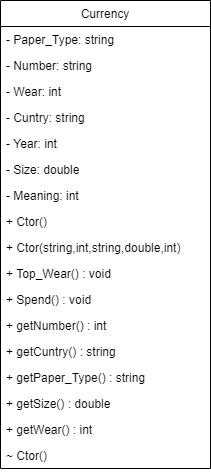
This is Untitled Diagram.drawio.png from InkaShev7777/UML, a draw.io export, as it was before one commit. Source tidied: cells renumbered, new cells last; positions are measured from the earlier drawing's top-left corner, leaving out a move shared by most shapes.
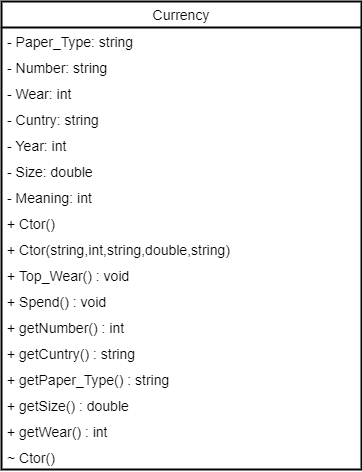
Above is the later version.

What changed in the source:
```diff
@@ -2,59 +2,59 @@
   <root>
     <mxCell id="0" />
     <mxCell id="1" parent="0" />
-    <mxCell id="2" value="Currency" style="swimlane;fontStyle=0;horizontal=1;startSize=26;fillColor=none;" parent="1" vertex="1">
-      <mxGeometry width="210" height="468" as="geometry" />
+    <mxCell id="2" value="Currency" style="swimlane;fontStyle=0;horizontal=1;startSize=26;fillColor=none;strokeWidth=2;perimeterSpacing=0;fontSize=14;" parent="1" vertex="1">
+      <mxGeometry width="360" height="468" as="geometry" />
     </mxCell>
-    <mxCell id="3" value="- Paper_Type: string" style="text;strokeColor=none;fillColor=none;align=left;verticalAlign=top;spacingLeft=4;spacingRight=4;overflow=hidden;" parent="2" vertex="1">
-      <mxGeometry y="26" width="210" height="26" as="geometry" />
+    <mxCell id="3" value="- Paper_Type: string" style="text;strokeColor=none;fillColor=none;align=left;verticalAlign=top;spacingLeft=4;spacingRight=4;overflow=hidden;strokeWidth=2;perimeterSpacing=0;fontSize=14;" parent="2" vertex="1">
+      <mxGeometry y="26" width="360" height="26" as="geometry" />
     </mxCell>
-    <mxCell id="4" value="- Number: string" style="text;strokeColor=none;fillColor=none;align=left;verticalAlign=top;spacingLeft=4;spacingRight=4;overflow=hidden;" parent="2" vertex="1">
-      <mxGeometry y="52" width="210" height="26" as="geometry" />
+    <mxCell id="4" value="- Number: string" style="text;strokeColor=none;fillColor=none;align=left;verticalAlign=top;spacingLeft=4;spacingRight=4;overflow=hidden;strokeWidth=2;perimeterSpacing=0;fontSize=14;" parent="2" vertex="1">
+      <mxGeometry y="52" width="360" height="26" as="geometry" />
     </mxCell>
-    <mxCell id="5" value="- Wear: int" style="text;strokeColor=none;fillColor=none;align=left;verticalAlign=top;spacingLeft=4;spacingRight=4;overflow=hidden;" parent="2" vertex="1">
-      <mxGeometry y="78" width="210" height="26" as="geometry" />
+    <mxCell id="5" value="- Wear: int" style="text;strokeColor=none;fillColor=none;align=left;verticalAlign=top;spacingLeft=4;spacingRight=4;overflow=hidden;strokeWidth=2;perimeterSpacing=0;fontSize=14;" parent="2" vertex="1">
+      <mxGeometry y="78" width="360" height="26" as="geometry" />
     </mxCell>
-    <mxCell id="6" value="- Cuntry: string" style="text;strokeColor=none;fillColor=none;align=left;verticalAlign=top;spacingLeft=4;spacingRight=4;overflow=hidden;" parent="2" vertex="1">
-      <mxGeometry y="104" width="210" height="26" as="geometry" />
+    <mxCell id="6" value="- Cuntry: string" style="text;strokeColor=none;fillColor=none;align=left;verticalAlign=top;spacingLeft=4;spacingRight=4;overflow=hidden;strokeWidth=2;perimeterSpacing=0;fontSize=14;" parent="2" vertex="1">
+      <mxGeometry y="104" width="360" height="26" as="geometry" />
     </mxCell>
-    <mxCell id="7" value="- Year: int" style="text;strokeColor=none;fillColor=none;align=left;verticalAlign=top;spacingLeft=4;spacingRight=4;overflow=hidden;" parent="2" vertex="1">
-      <mxGeometry y="130" width="210" height="26" as="geometry" />
+    <mxCell id="7" value="- Year: int" style="text;strokeColor=none;fillColor=none;align=left;verticalAlign=top;spacingLeft=4;spacingRight=4;overflow=hidden;strokeWidth=2;perimeterSpacing=0;fontSize=14;" parent="2" vertex="1">
+      <mxGeometry y="130" width="360" height="26" as="geometry" />
     </mxCell>
-    <mxCell id="8" value="- Size: double" style="text;strokeColor=none;fillColor=none;align=left;verticalAlign=top;spacingLeft=4;spacingRight=4;overflow=hidden;" parent="2" vertex="1">
-      <mxGeometry y="156" width="210" height="26" as="geometry" />
+    <mxCell id="8" value="- Size: double" style="text;strokeColor=none;fillColor=none;align=left;verticalAlign=top;spacingLeft=4;spacingRight=4;overflow=hidden;strokeWidth=2;perimeterSpacing=0;fontSize=14;" parent="2" vertex="1">
+      <mxGeometry y="156" width="360" height="26" as="geometry" />
     </mxCell>
-    <mxCell id="9" value="- Meaning: int" style="text;strokeColor=none;fillColor=none;align=left;verticalAlign=top;spacingLeft=4;spacingRight=4;overflow=hidden;" parent="2" vertex="1">
-      <mxGeometry y="182" width="210" height="26" as="geometry" />
+    <mxCell id="9" value="- Meaning: int" style="text;strokeColor=none;fillColor=none;align=left;verticalAlign=top;spacingLeft=4;spacingRight=4;overflow=hidden;strokeWidth=2;perimeterSpacing=0;fontSize=14;" parent="2" vertex="1">
+      <mxGeometry y="182" width="360" height="26" as="geometry" />
     </mxCell>
-    <mxCell id="10" value="+ Ctor()" style="text;strokeColor=none;fillColor=none;align=left;verticalAlign=top;spacingLeft=4;spacingRight=4;overflow=hidden;" parent="2" vertex="1">
-      <mxGeometry y="208" width="210" height="26" as="geometry" />
+    <mxCell id="10" value="+ Ctor()" style="text;strokeColor=none;fillColor=none;align=left;verticalAlign=top;spacingLeft=4;spacingRight=4;overflow=hidden;strokeWidth=2;perimeterSpacing=0;fontSize=14;" parent="2" vertex="1">
+      <mxGeometry y="208" width="360" height="26" as="geometry" />
     </mxCell>
-    <mxCell id="11" value="+ Ctor(string,int,string,double,int)" style="text;strokeColor=none;fillColor=none;align=left;verticalAlign=top;spacingLeft=4;spacingRight=4;overflow=hidden;" parent="2" vertex="1">
-      <mxGeometry y="234" width="210" height="26" as="geometry" />
+    <mxCell id="11" value="+ Ctor(string,int,string,double,string)" style="text;strokeColor=none;fillColor=none;align=left;verticalAlign=top;spacingLeft=4;spacingRight=4;overflow=hidden;strokeWidth=2;perimeterSpacing=0;fontSize=14;" parent="2" vertex="1">
+      <mxGeometry y="234" width="360" height="26" as="geometry" />
     </mxCell>
-    <mxCell id="12" value="+ Top_Wear() : void" style="text;strokeColor=none;fillColor=none;align=left;verticalAlign=top;spacingLeft=4;spacingRight=4;overflow=hidden;" parent="2" vertex="1">
-      <mxGeometry y="260" width="210" height="26" as="geometry" />
+    <mxCell id="12" value="+ Top_Wear() : void" style="text;strokeColor=none;fillColor=none;align=left;verticalAlign=top;spacingLeft=4;spacingRight=4;overflow=hidden;strokeWidth=2;perimeterSpacing=0;fontSize=14;" parent="2" vertex="1">
+      <mxGeometry y="260" width="360" height="26" as="geometry" />
     </mxCell>
-    <mxCell id="13" value="+ Spend() : void" style="text;strokeColor=none;fillColor=none;align=left;verticalAlign=top;spacingLeft=4;spacingRight=4;overflow=hidden;" parent="2" vertex="1">
-      <mxGeometry y="286" width="210" height="26" as="geometry" />
+    <mxCell id="13" value="+ Spend() : void" style="text;strokeColor=none;fillColor=none;align=left;verticalAlign=top;spacingLeft=4;spacingRight=4;overflow=hidden;strokeWidth=2;perimeterSpacing=0;fontSize=14;" parent="2" vertex="1">
+      <mxGeometry y="286" width="360" height="26" as="geometry" />
     </mxCell>
-    <mxCell id="14" value="+ getNumber() : int" style="text;strokeColor=none;fillColor=none;align=left;verticalAlign=top;spacingLeft=4;spacingRight=4;overflow=hidden;" parent="2" vertex="1">
-      <mxGeometry y="312" width="210" height="26" as="geometry" />
+    <mxCell id="14" value="+ getNumber() : int" style="text;strokeColor=none;fillColor=none;align=left;verticalAlign=top;spacingLeft=4;spacingRight=4;overflow=hidden;strokeWidth=2;perimeterSpacing=0;fontSize=14;" parent="2" vertex="1">
+      <mxGeometry y="312" width="360" height="26" as="geometry" />
     </mxCell>
-    <mxCell id="15" value="+ getCuntry() : string" style="text;strokeColor=none;fillColor=none;align=left;verticalAlign=top;spacingLeft=4;spacingRight=4;overflow=hidden;" parent="2" vertex="1">
-      <mxGeometry y="338" width="210" height="26" as="geometry" />
+    <mxCell id="15" value="+ getCuntry() : string" style="text;strokeColor=none;fillColor=none;align=left;verticalAlign=top;spacingLeft=4;spacingRight=4;overflow=hidden;strokeWidth=2;perimeterSpacing=0;fontSize=14;" parent="2" vertex="1">
+      <mxGeometry y="338" width="360" height="26" as="geometry" />
     </mxCell>
-    <mxCell id="16" value="+ getPaper_Type() : string" style="text;strokeColor=none;fillColor=none;align=left;verticalAlign=top;spacingLeft=4;spacingRight=4;overflow=hidden;" parent="2" vertex="1">
-      <mxGeometry y="364" width="210" height="26" as="geometry" />
+    <mxCell id="16" value="+ getPaper_Type() : string" style="text;strokeColor=none;fillColor=none;align=left;verticalAlign=top;spacingLeft=4;spacingRight=4;overflow=hidden;strokeWidth=2;perimeterSpacing=0;fontSize=14;" parent="2" vertex="1">
+      <mxGeometry y="364" width="360" height="26" as="geometry" />
     </mxCell>
-    <mxCell id="17" value="+ getSize() : double" style="text;strokeColor=none;fillColor=none;align=left;verticalAlign=top;spacingLeft=4;spacingRight=4;overflow=hidden;" parent="2" vertex="1">
-      <mxGeometry y="390" width="210" height="26" as="geometry" />
+    <mxCell id="17" value="+ getSize() : double" style="text;strokeColor=none;fillColor=none;align=left;verticalAlign=top;spacingLeft=4;spacingRight=4;overflow=hidden;strokeWidth=2;perimeterSpacing=0;fontSize=14;" parent="2" vertex="1">
+      <mxGeometry y="390" width="360" height="26" as="geometry" />
     </mxCell>
-    <mxCell id="18" value="+ getWear() : int" style="text;strokeColor=none;fillColor=none;align=left;verticalAlign=top;spacingLeft=4;spacingRight=4;overflow=hidden;" parent="2" vertex="1">
-      <mxGeometry y="416" width="210" height="26" as="geometry" />
+    <mxCell id="18" value="+ getWear() : int" style="text;strokeColor=none;fillColor=none;align=left;verticalAlign=top;spacingLeft=4;spacingRight=4;overflow=hidden;strokeWidth=2;perimeterSpacing=0;fontSize=14;" parent="2" vertex="1">
+      <mxGeometry y="416" width="360" height="26" as="geometry" />
     </mxCell>
-    <mxCell id="19" value="~ Ctor()" style="text;strokeColor=none;fillColor=none;align=left;verticalAlign=top;spacingLeft=4;spacingRight=4;overflow=hidden;" parent="2" vertex="1">
-      <mxGeometry y="442" width="210" height="26" as="geometry" />
+    <mxCell id="19" value="~ Ctor()" style="text;strokeColor=none;fillColor=none;align=left;verticalAlign=top;spacingLeft=4;spacingRight=4;overflow=hidden;strokeWidth=2;perimeterSpacing=0;fontSize=14;" parent="2" vertex="1">
+      <mxGeometry y="442" width="360" height="26" as="geometry" />
     </mxCell>
   </root>
 </mxGraphModel>
```
